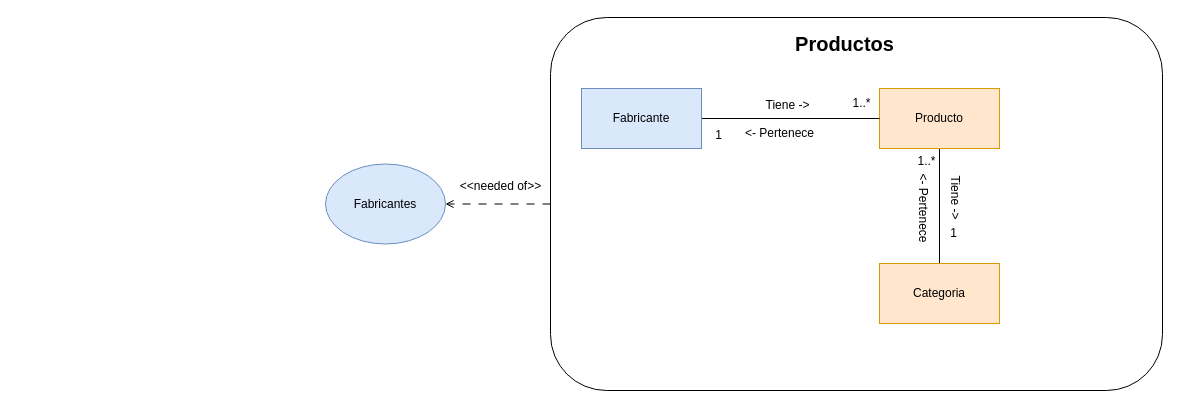
This is page "4.2 Productos-ModeloDominioAcotado" (5 of 16) of SpaOnline/ModeloDominioSpa.drawio from cristianospina/DOO, a draw.io file, before an edit. Source tidied: cells renumbered, new cells numbered last; positions are measured from the earlier drawing's top-left corner, leaving out a move shared by most shapes. Both pictures are drawn from the tidied source at 100%, with x=0, y=0 at pixel (325, 17).
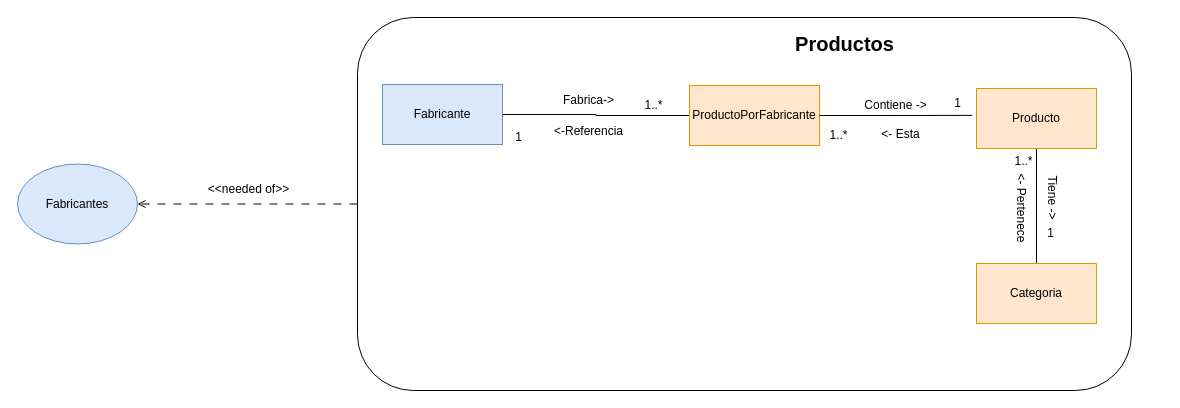
The same page after the edit.

Diff of the diagram source:
```diff
@@
     <mxCell id="3" style="rounded=1;whiteSpace=wrap;html=1;" parent="1" vertex="1">
-      <mxGeometry x="225" width="612" height="373" as="geometry" />
+      <mxGeometry x="32" width="774" height="373" as="geometry" />
     </mxCell>
@@
     <mxCell id="6" value="Producto" style="rounded=0;whiteSpace=wrap;html=1;fillColor=#ffe6cc;strokeColor=#d79b00;" parent="1" vertex="1">
-      <mxGeometry x="554" y="71" width="120" height="60" as="geometry" />
+      <mxGeometry x="651" y="71" width="120" height="60" as="geometry" />
     </mxCell>
-    <mxCell id="7" style="edgeStyle=orthogonalEdgeStyle;rounded=0;jettySize=auto;html=1;endArrow=none;endFill=0;" parent="1" edge="1" source="6" target="8">
-      <mxGeometry relative="1" as="geometry" />
-    </mxCell>
+    <mxCell id="20" style="edgeStyle=orthogonalEdgeStyle;rounded=0;jettySize=auto;html=1;endArrow=none;endFill=0;" parent="1" edge="1" source="8" target="25">
+      <mxGeometry relative="1" as="geometry" />
+    </mxCell>
     <mxCell id="8" value="Fabricante" style="rounded=0;whiteSpace=wrap;html=1;fillColor=#dae8fc;strokeColor=#6c8ebf;" parent="1" vertex="1">
-      <mxGeometry x="256" y="71" width="120" height="60" as="geometry" />
+      <mxGeometry x="57" y="67" width="120" height="60" as="geometry" />
     </mxCell>
     <mxCell id="9" value="Categoria" style="rounded=0;whiteSpace=wrap;html=1;fillColor=#ffe6cc;strokeColor=#d79b00;" parent="1" vertex="1">
-      <mxGeometry x="554" y="246" width="120" height="60" as="geometry" />
+      <mxGeometry x="651" y="246" width="120" height="60" as="geometry" />
     </mxCell>
-    <mxCell id="10" value="&amp;lt;- Pertenece" style="text;html=1;align=center;verticalAlign=middle;strokeColor=none;fillColor=none;" parent="1" vertex="1">
-      <mxGeometry x="410" y="103" width="87" height="26" as="geometry" />
+    <mxCell id="10" value="&amp;lt;- Esta" style="text;html=1;align=center;verticalAlign=middle;strokeColor=none;fillColor=none;" parent="1" vertex="1">
+      <mxGeometry x="547" y="104" width="56" height="26" as="geometry" />
     </mxCell>
-    <mxCell id="11" value="Tiene -&amp;gt;" style="text;html=1;align=center;verticalAlign=middle;strokeColor=none;fillColor=none;" parent="1" vertex="1">
-      <mxGeometry x="431" y="75" width="62" height="26" as="geometry" />
+    <mxCell id="11" value="Contiene -&amp;gt;" style="text;html=1;align=center;verticalAlign=middle;strokeColor=none;fillColor=none;" parent="1" vertex="1">
+      <mxGeometry x="530" y="75" width="80" height="26" as="geometry" />
     </mxCell>
-    <mxCell id="12" value="1..*" style="text;html=1;align=center;verticalAlign=middle;points=[];strokeColor=none;fillColor=none;" parent="1" vertex="1">
-      <mxGeometry x="518" y="73" width="36" height="26" as="geometry" />
+    <mxCell id="12" value="1" style="text;html=1;align=center;verticalAlign=middle;points=[];strokeColor=none;fillColor=none;" parent="1" vertex="1">
+      <mxGeometry x="619" y="73" width="25" height="26" as="geometry" />
     </mxCell>
-    <mxCell id="13" value="1" style="text;html=1;align=center;verticalAlign=middle;strokeColor=none;fillColor=none;" parent="1" vertex="1">
-      <mxGeometry x="380" y="105" width="25" height="26" as="geometry" />
+    <mxCell id="13" value="1..*" style="text;html=1;align=center;verticalAlign=middle;strokeColor=none;fillColor=none;" parent="1" vertex="1">
+      <mxGeometry x="495" y="105" width="36" height="26" as="geometry" />
     </mxCell>
     <mxCell id="14" value="&amp;lt;- Pertenece" style="text;html=1;align=center;verticalAlign=middle;strokeColor=none;fillColor=none;rotation=90;" parent="1" vertex="1">
-      <mxGeometry x="554" y="177" width="87" height="26" as="geometry" />
+      <mxGeometry x="652" y="177" width="87" height="26" as="geometry" />
     </mxCell>
     <mxCell id="15" value="Tiene -&amp;gt;" style="text;html=1;align=center;verticalAlign=middle;strokeColor=none;fillColor=none;rotation=90;" parent="1" vertex="1">
-      <mxGeometry x="599" y="167" width="62" height="26" as="geometry" />
+      <mxGeometry x="696" y="167" width="62" height="26" as="geometry" />
     </mxCell>
     <mxCell id="16" value="1" style="text;html=1;align=center;verticalAlign=middle;strokeColor=none;fillColor=none;" parent="1" vertex="1">
-      <mxGeometry x="615" y="203" width="25" height="26" as="geometry" />
+      <mxGeometry x="712" y="203" width="25" height="26" as="geometry" />
     </mxCell>
     <mxCell id="17" value="1..*" style="text;html=1;align=center;verticalAlign=middle;strokeColor=none;fillColor=none;" parent="1" vertex="1">
-      <mxGeometry x="583" y="131" width="36" height="26" as="geometry" />
+      <mxGeometry x="680" y="131" width="36" height="26" as="geometry" />
     </mxCell>
     <mxCell id="18" value="Fabricantes" style="ellipse;whiteSpace=wrap;html=1;fillColor=#dae8fc;strokeColor=#6c8ebf;" parent="1" vertex="1">
-      <mxGeometry y="146.5" width="120" height="80" as="geometry" />
+      <mxGeometry x="-308" y="146.5" width="120" height="80" as="geometry" />
     </mxCell>
     <mxCell id="19" value="&amp;lt;&amp;lt;needed of&amp;gt;&amp;gt;" style="text;html=1;align=center;verticalAlign=middle;strokeColor=none;fillColor=none;" parent="1" vertex="1">
-      <mxGeometry x="125" y="154" width="100" height="30" as="geometry" />
+      <mxGeometry x="-127" y="157" width="100" height="30" as="geometry" />
     </mxCell>
+    <mxCell id="21" value="&amp;lt;-Referencia" style="text;html=1;align=center;verticalAlign=middle;fillColor=none;" parent="1" vertex="1">
+      <mxGeometry x="218" y="99" width="90" height="30" as="geometry" />
+    </mxCell>
+    <mxCell id="22" value="1" style="text;html=1;align=center;verticalAlign=middle;strokeColor=none;fillColor=none;" parent="1" vertex="1">
+      <mxGeometry x="178" y="105" width="30" height="30" as="geometry" />
+    </mxCell>
+    <mxCell id="23" value="Fabrica-&amp;gt;" style="text;html=1;align=center;verticalAlign=middle;fillColor=none;" parent="1" vertex="1">
+      <mxGeometry x="228" y="68" width="70" height="30" as="geometry" />
+    </mxCell>
+    <mxCell id="24" value="1..*" style="text;html=1;align=center;verticalAlign=middle;strokeColor=none;fillColor=none;" parent="1" vertex="1">
+      <mxGeometry x="308" y="73" width="40" height="30" as="geometry" />
+    </mxCell>
+    <mxCell id="25" value="ProductoPorFabricante" style="rounded=0;whiteSpace=wrap;html=1;fillColor=#ffe6cc;strokeColor=#d79b00;" parent="1" vertex="1">
+      <mxGeometry x="364" y="68" width="130" height="60" as="geometry" />
+    </mxCell>
+    <mxCell id="26" style="edgeStyle=orthogonalEdgeStyle;rounded=0;jettySize=auto;html=1;entryX=1.111;entryY=0.957;entryDx=0;entryDy=0;entryPerimeter=0;endArrow=none;endFill=0;" parent="1" edge="1" source="25" target="12">
+      <mxGeometry relative="1" as="geometry" />
+    </mxCell>
```
